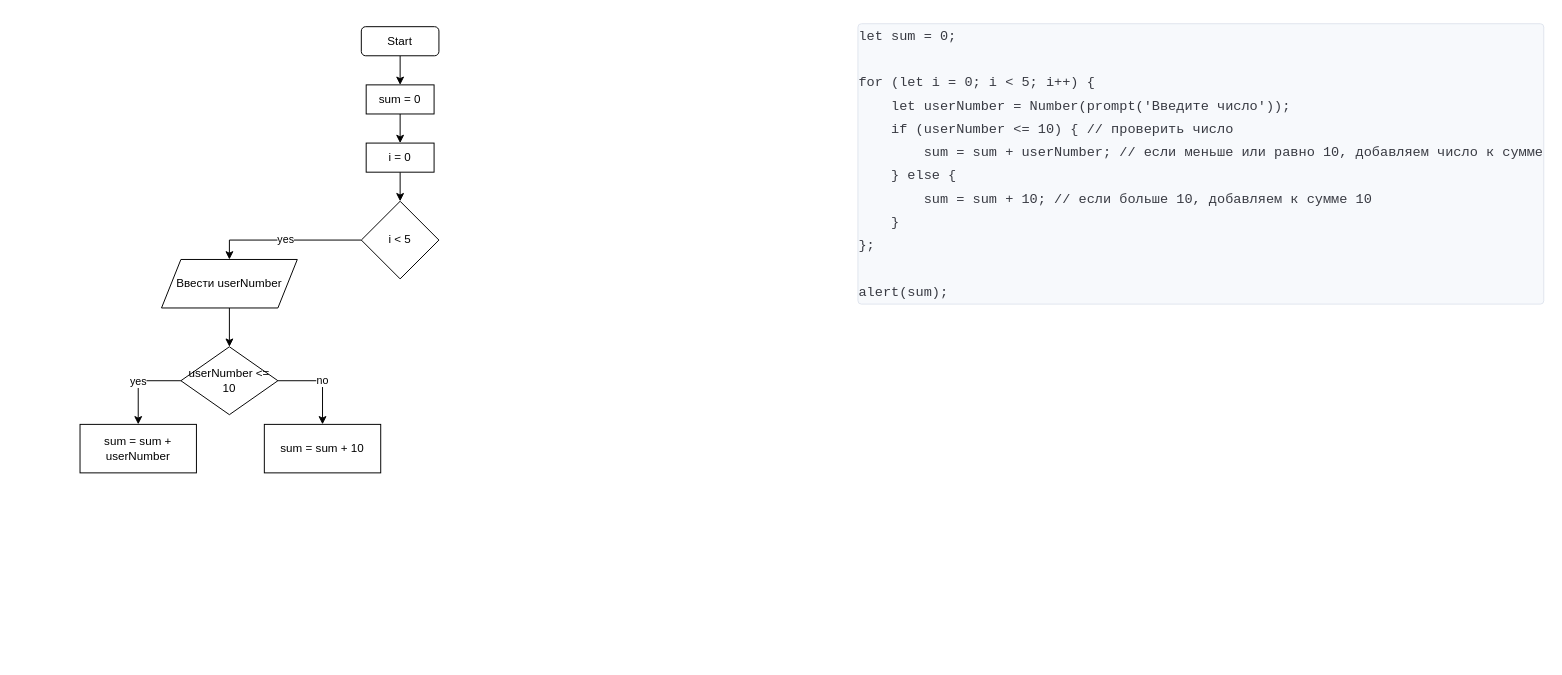
Before: loop.drawio in NatPopstar/Yandex.Praktikum, a draw.io diagram. Source tidied: cells renumbered, new cells numbered last; positions are measured from the earlier drawing's top-left corner, leaving out a move shared by most shapes. Both pictures are drawn from the tidied source at 97%, with x=0, y=0 at pixel (80, 16).
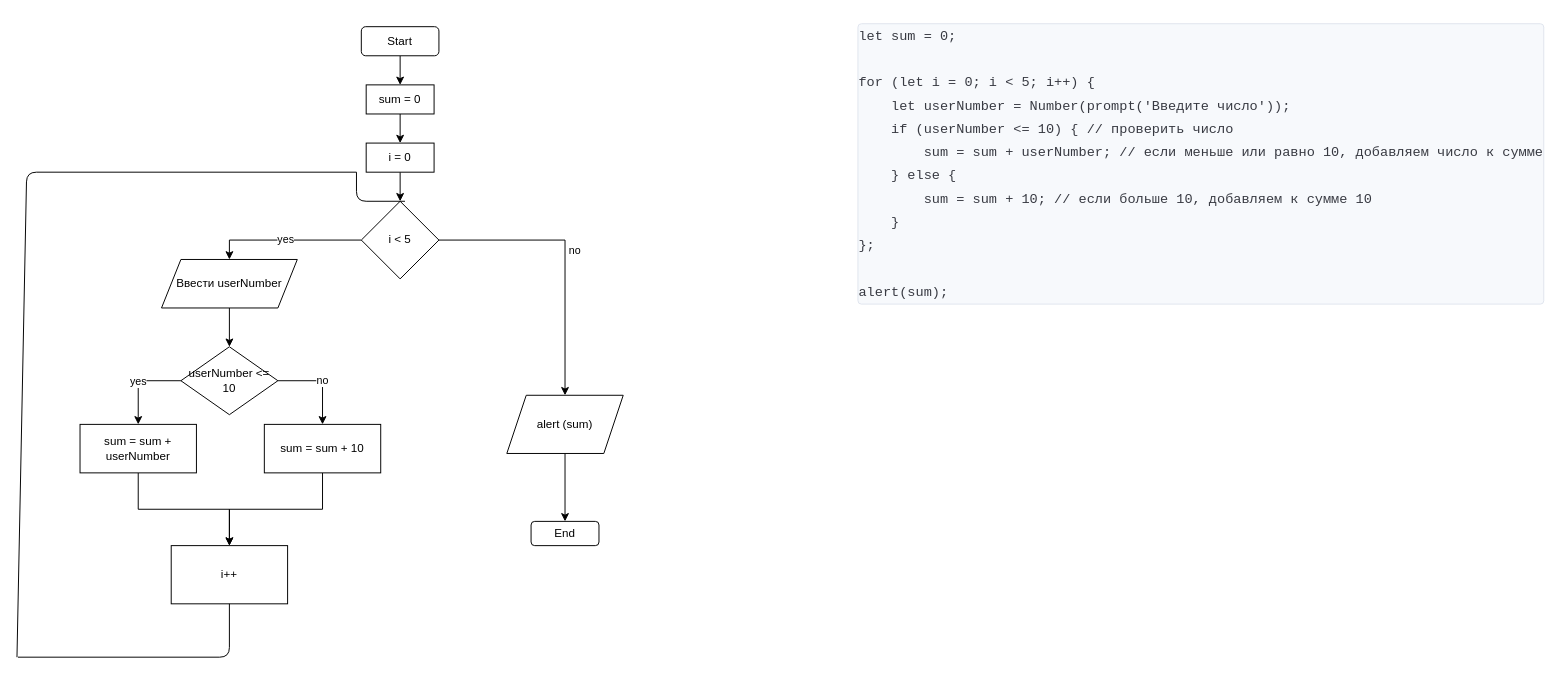
Above is the later version.

The change refers to these unchanged cells:
```xml
<mxCell id="10" value="i &amp;lt; 5" style="rhombus;whiteSpace=wrap;html=1;" parent="1" vertex="1">
  <mxGeometry x="290" y="190" width="80" height="80" as="geometry" />
</mxCell>
<mxCell id="16" value="sum = sum + userNumber" style="rounded=0;whiteSpace=wrap;html=1;" parent="1" vertex="1">
  <mxGeometry y="420" width="120" height="50" as="geometry" />
</mxCell>
<mxCell id="17" value="sum = sum + 10" style="rounded=0;whiteSpace=wrap;html=1;" parent="1" vertex="1">
  <mxGeometry x="190" y="420" width="120" height="50" as="geometry" />
</mxCell>
```

What changed in the source:
```diff
@@
+    <mxCell id="18" value="no" style="edgeStyle=orthogonalEdgeStyle;rounded=0;jettySize=auto;html=1;exitX=1;exitY=0.5;exitDx=0;exitDy=0;entryX=0.5;entryY=0;entryDx=0;entryDy=0;" parent="1" edge="1" source="10" target="26">
+      <mxGeometry x="-0.03" y="10" relative="1" as="geometry" />
+    </mxCell>
@@
+    <mxCell id="19" style="edgeStyle=orthogonalEdgeStyle;rounded=0;jettySize=auto;html=1;exitX=0.5;exitY=1;exitDx=0;exitDy=0;entryX=0.5;entryY=0;entryDx=0;entryDy=0;" parent="1" edge="1" source="16" target="21">
+      <mxGeometry relative="1" as="geometry" />
+    </mxCell>
@@
+    <mxCell id="20" style="edgeStyle=orthogonalEdgeStyle;rounded=0;jettySize=auto;html=1;exitX=0.5;exitY=1;exitDx=0;exitDy=0;entryX=0.5;entryY=0;entryDx=0;entryDy=0;" parent="1" edge="1" source="17" target="21">
+      <mxGeometry relative="1" as="geometry" />
+    </mxCell>
@@
+    <mxCell id="21" value="i++" style="rounded=0;whiteSpace=wrap;html=1;" parent="1" vertex="1">
+      <mxGeometry x="94" y="545" width="120" height="60" as="geometry" />
+    </mxCell>
+    <mxCell id="22" style="endArrow=none;html=1;exitX=0.5;exitY=1;exitDx=0;exitDy=0;" parent="1" edge="1" source="21">
+      <mxGeometry relative="1" as="geometry">
+        <mxPoint x="-64" y="660" as="targetPoint" />
+        <Array as="points">
+          <mxPoint x="154" y="660" />
+        </Array>
+      </mxGeometry>
+    </mxCell>
+    <mxCell id="23" style="endArrow=none;html=1;" parent="1" edge="1">
+      <mxGeometry relative="1" as="geometry">
+        <mxPoint x="-65" y="660" as="sourcePoint" />
+        <mxPoint x="285" y="160" as="targetPoint" />
+        <Array as="points">
+          <mxPoint x="-55" y="160" />
+        </Array>
+      </mxGeometry>
+    </mxCell>
+    <mxCell id="24" style="endArrow=none;html=1;" parent="1" edge="1">
+      <mxGeometry relative="1" as="geometry">
+        <mxPoint x="335" y="190" as="sourcePoint" />
+        <mxPoint x="285" y="160" as="targetPoint" />
+        <Array as="points">
+          <mxPoint x="285" y="190" />
+        </Array>
+      </mxGeometry>
+    </mxCell>
+    <mxCell id="25" style="edgeStyle=orthogonalEdgeStyle;rounded=0;jettySize=auto;html=1;exitX=0.5;exitY=1;exitDx=0;exitDy=0;" parent="1" edge="1" source="26" target="27">
+      <mxGeometry relative="1" as="geometry" />
+    </mxCell>
+    <mxCell id="26" value="alert (sum)" style="shape=parallelogram;perimeter=parallelogramPerimeter;whiteSpace=wrap;html=1;fixedSize=1;" parent="1" vertex="1">
+      <mxGeometry x="440" y="390" width="120" height="60" as="geometry" />
+    </mxCell>
+    <mxCell id="27" value="End" style="rounded=1;whiteSpace=wrap;html=1;" parent="1" vertex="1">
+      <mxGeometry x="465" y="520" width="70" height="25" as="geometry" />
+    </mxCell>
```
